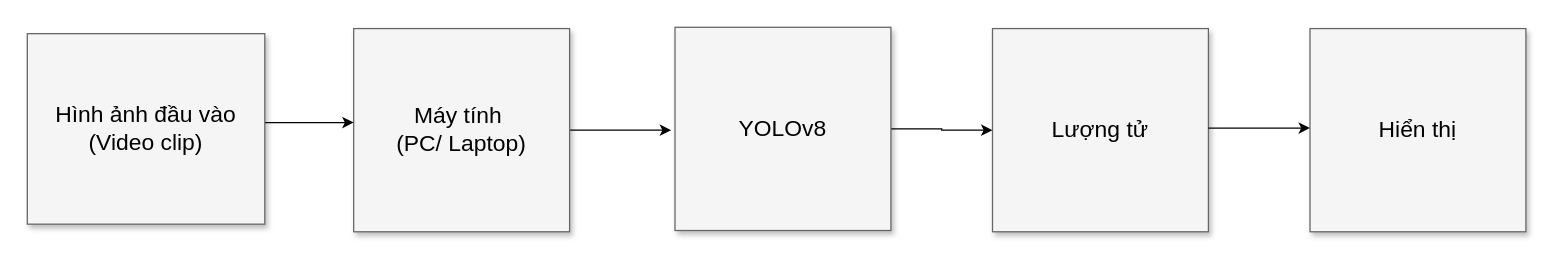
imvietp/Python_review keeps this draw.io diagram as So_do_khoi.drawio. Above is the earlier version. Source tidied: cells renumbered, new cells numbered last; positions are measured from the earlier drawing's top-left corner, leaving out a move shared by most shapes. Both pictures are drawn from the tidied source at 127%, with x=0, y=0 at pixel (27, 27).
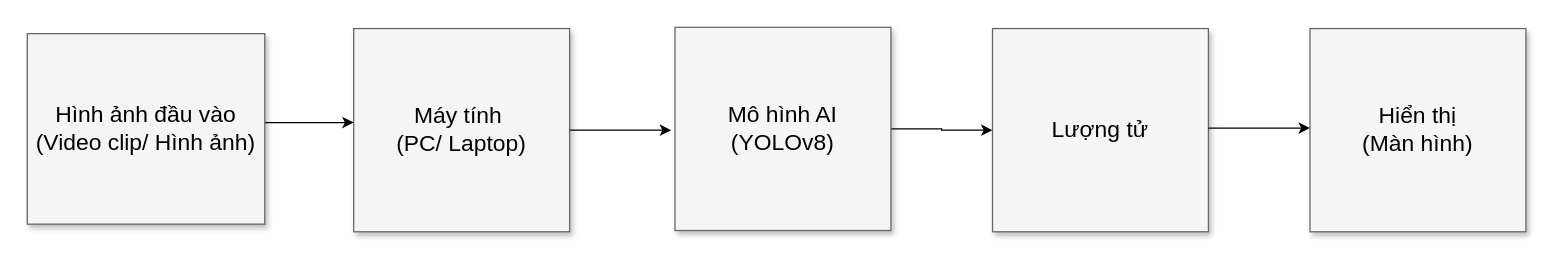
The same page after the edit.

Diff of the diagram source:
```diff
@@
 <mxGraphModel>
   <root>
     <mxCell id="0" />
     <mxCell id="1" parent="0" />
     <mxCell id="2" style="edgeStyle=elbowEdgeStyle;rounded=0;html=1;startArrow=none;startFill=0;jettySize=auto;fontSize=18;elbow=vertical;" parent="1" edge="1" source="3">
       <mxGeometry relative="1" as="geometry">
         <mxPoint x="507" y="81" as="targetPoint" />
         <Array as="points">
           <mxPoint x="450" y="81" />
         </Array>
       </mxGeometry>
     </mxCell>
     <mxCell id="3" value="Máy tính&amp;nbsp;&lt;div&gt;(PC/ Laptop)&lt;/div&gt;" style="whiteSpace=wrap;html=1;shadow=1;fontSize=18;fillColor=#f5f5f5;strokeColor=#666666;" parent="1" vertex="1">
       <mxGeometry x="257" y="1" width="170" height="160" as="geometry" />
     </mxCell>
     <mxCell id="4" style="edgeStyle=elbowEdgeStyle;rounded=0;html=1;startArrow=none;startFill=0;jettySize=auto;fontSize=18;elbow=vertical;" parent="1" edge="1" source="5" target="3">
       <mxGeometry relative="1" as="geometry">
         <Array as="points">
           <mxPoint x="227" y="75" />
         </Array>
       </mxGeometry>
     </mxCell>
-    <mxCell id="5" value="Hình ảnh đầu vào (Video clip)" style="whiteSpace=wrap;html=1;shadow=1;fontSize=18;fillColor=#f5f5f5;strokeColor=#666666;" parent="1" vertex="1">
+    <mxCell id="5" value="Hình ảnh đầu vào (Video clip/ Hình ảnh)" style="whiteSpace=wrap;html=1;shadow=1;fontSize=18;fillColor=#f5f5f5;strokeColor=#666666;" parent="1" vertex="1">
       <mxGeometry y="5" width="187" height="150" as="geometry" />
     </mxCell>
     <mxCell id="6" style="edgeStyle=orthogonalEdgeStyle;rounded=0;jettySize=auto;html=1;" parent="1" edge="1" source="7" target="8">
       <mxGeometry relative="1" as="geometry" />
     </mxCell>
-    <mxCell id="7" value="YOLOv8" style="whiteSpace=wrap;html=1;shadow=1;fontSize=18;fillColor=#f5f5f5;strokeColor=#666666;" parent="1" vertex="1">
+    <mxCell id="7" value="Mô hình AI&lt;div&gt;(YOLOv8)&lt;/div&gt;" style="whiteSpace=wrap;html=1;shadow=1;fontSize=18;fillColor=#f5f5f5;strokeColor=#666666;" parent="1" vertex="1">
       <mxGeometry x="510" width="170" height="160" as="geometry" />
     </mxCell>
     <mxCell id="8" value="Lượng tử" style="whiteSpace=wrap;html=1;shadow=1;fontSize=18;fillColor=#f5f5f5;strokeColor=#666666;" parent="1" vertex="1">
       <mxGeometry x="760" y="1" width="170" height="160" as="geometry" />
     </mxCell>
-    <mxCell id="9" value="Hiển thị" style="whiteSpace=wrap;html=1;shadow=1;fontSize=18;fillColor=#f5f5f5;strokeColor=#666666;" parent="1" vertex="1">
+    <mxCell id="9" value="Hiển thị&lt;div&gt;(Màn hình)&lt;/div&gt;" style="whiteSpace=wrap;html=1;shadow=1;fontSize=18;fillColor=#f5f5f5;strokeColor=#666666;" parent="1" vertex="1">
       <mxGeometry x="1010" y="1" width="170" height="160" as="geometry" />
     </mxCell>
     <mxCell id="10" style="edgeStyle=elbowEdgeStyle;rounded=0;html=1;startArrow=none;startFill=0;jettySize=auto;orthogonalLoop=1;fontSize=18;elbow=vertical;" parent="1" edge="1">
       <mxGeometry relative="1" as="geometry">
         <mxPoint x="930" y="79.3" as="sourcePoint" />
         <mxPoint x="1010" y="79.3" as="targetPoint" />
         <Array as="points">
           <mxPoint x="953" y="79.3" />
         </Array>
       </mxGeometry>
     </mxCell>
   </root>
 </mxGraphModel>
```
